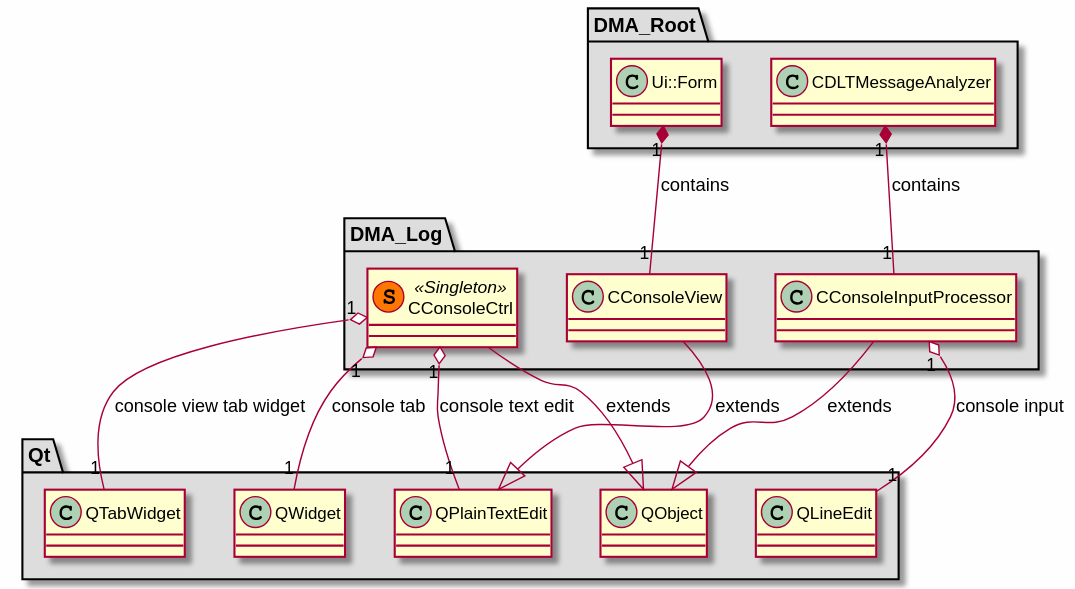
This is md/dev_docs/puml/DMA_Log.svg from svlad-90/DLT-Message-Analyzer, a PlantUML export, as it was before one commit.
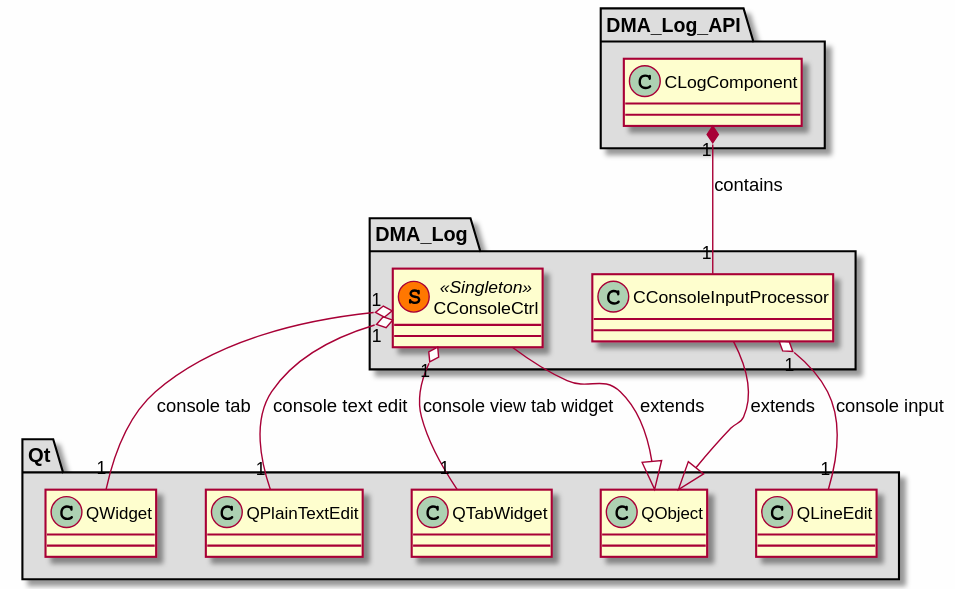
After the commit.

What changed in the source:
```diff
@@ -13,20 +13,12 @@
 {
 }
 
-class "CConsoleView"
-{
 }
 
-}
-
-package "DMA_Root" #DDDDDD
+package "DMA_Log_API" #DDDDDD
 {
 
-class "CDLTMessageAnalyzer"
-{
-}
-
-class "Ui::Form"
+class "CLogComponent"
 {
 }
 
@@ -59,13 +51,11 @@
 
 QObject <|-- CConsoleCtrl : extends
 QObject <|-- CConsoleInputProcessor : extends
-QPlainTextEdit <|-- CConsoleView : extends
 
 CConsoleCtrl "1" o-- "1" QPlainTextEdit : console text edit
 CConsoleCtrl "1" o-- "1" QTabWidget : console view tab widget
 CConsoleCtrl "1" o-- "1" QWidget : console tab
 CConsoleInputProcessor "1" o-- "1" QLineEdit : console input
-CDLTMessageAnalyzer "1" *-- "1" CConsoleInputProcessor : contains
-Ui::Form "1" *-- "1" CConsoleView : contains
+CLogComponent "1" *-- "1" CConsoleInputProcessor : contains
 
 @enduml
```
